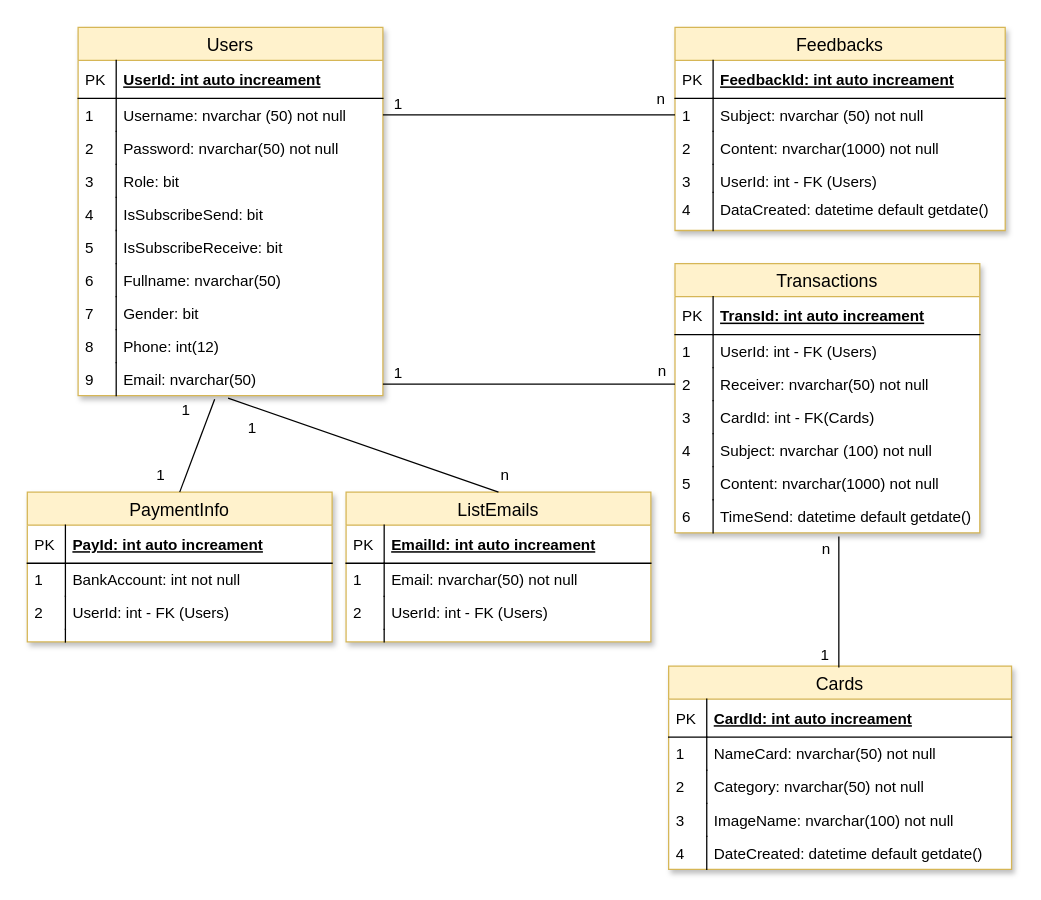
Earlier version of the draw.io diagram page "Database Structure" (5 of 8) of e-Greeting.drawio (duyphuong403/E-Greeting). Source tidied: cells renumbered, new cells numbered last; positions are measured from the earlier drawing's top-left corner, leaving out a move shared by most shapes. Both pictures are drawn from the tidied source at 127%, with x=0, y=0 at pixel (27, 27).
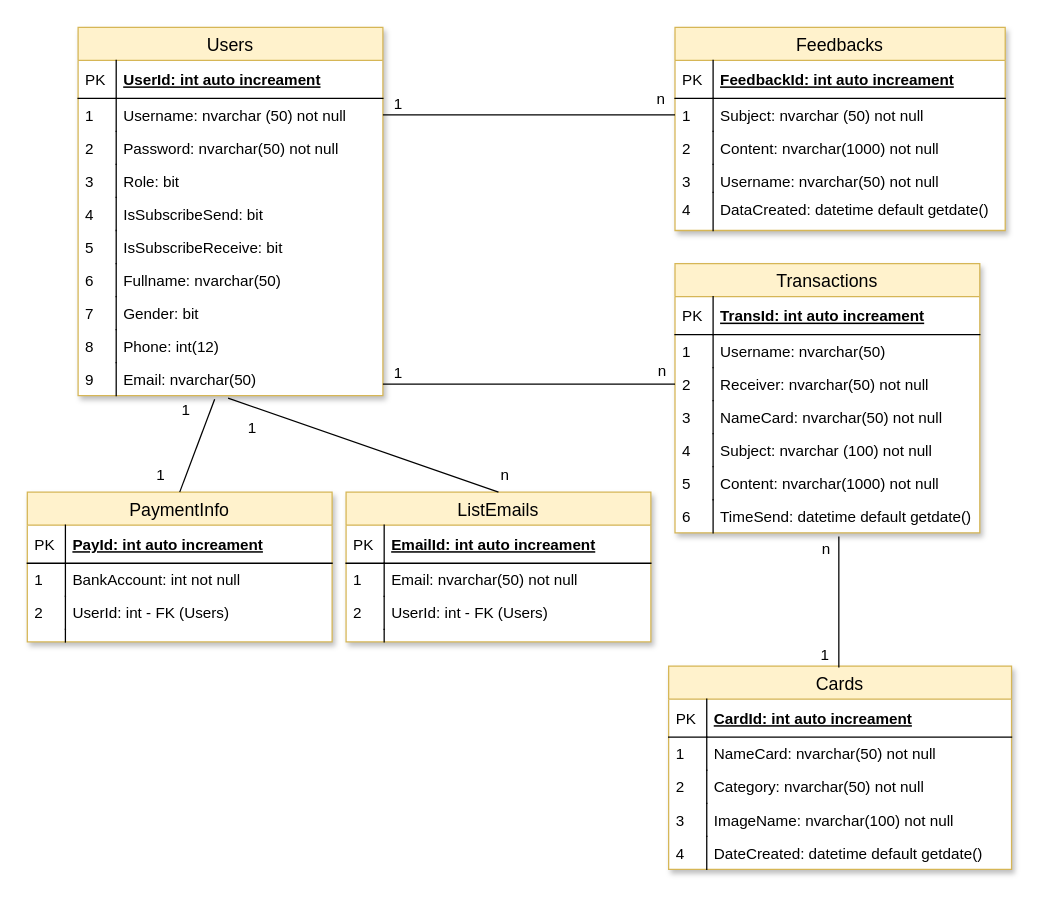
The same diagram, later.

The change refers to these unchanged cells:
```xml
<mxCell id="25" value="Feedbacks" style="swimlane;fontStyle=0;horizontal=1;startSize=26;fillColor=#fff2cc;swimlaneFillColor=#ffffff;align=center;fontSize=14;shadow=1;strokeColor=#d6b656;" parent="1" vertex="1">
  <mxGeometry x="510" width="260" height="160" as="geometry" />
</mxCell>
<mxCell id="38" value="Transactions" style="swimlane;fontStyle=0;horizontal=1;startSize=26;fillColor=#fff2cc;swimlaneFillColor=#ffffff;align=center;fontSize=14;shadow=1;strokeColor=#d6b656;" parent="1" vertex="1">
  <mxGeometry x="510" y="186" width="240" height="212" as="geometry" />
</mxCell>
```

Diff of the diagram source:
```diff
@@
-    <mxCell id="32" value="UserId: int - FK (Users)" style="shape=partialRectangle;top=0;left=0;right=0;bottom=0;align=left;verticalAlign=top;fillColor=none;spacingLeft=34;spacingRight=4;overflow=hidden;fontSize=12;" parent="25" vertex="1">
+    <mxCell id="32" value="Username: nvarchar(50) not null" style="shape=partialRectangle;top=0;left=0;right=0;bottom=0;align=left;verticalAlign=top;fillColor=none;spacingLeft=34;spacingRight=4;overflow=hidden;fontSize=12;" parent="25" vertex="1">
       <mxGeometry y="108" width="260" height="22" as="geometry" />
     </mxCell>
@@
-    <mxCell id="41" value="UserId: int - FK (Users)" style="shape=partialRectangle;top=0;left=0;right=0;bottom=0;align=left;verticalAlign=top;fillColor=none;spacingLeft=34;spacingRight=4;overflow=hidden;fontSize=12;" parent="38" vertex="1">
+    <mxCell id="41" value="Username: nvarchar(50)" style="shape=partialRectangle;top=0;left=0;right=0;bottom=0;align=left;verticalAlign=top;fillColor=none;spacingLeft=34;spacingRight=4;overflow=hidden;fontSize=12;" parent="38" vertex="1">
       <mxGeometry y="56" width="240" height="26" as="geometry" />
     </mxCell>
@@
-    <mxCell id="45" value="CardId: int - FK(Cards)" style="shape=partialRectangle;top=0;left=0;right=0;bottom=0;align=left;verticalAlign=top;fillColor=none;spacingLeft=34;spacingRight=4;overflow=hidden;fontSize=12;" parent="38" vertex="1">
+    <mxCell id="45" value="NameCard: nvarchar(50) not null" style="shape=partialRectangle;top=0;left=0;right=0;bottom=0;align=left;verticalAlign=top;fillColor=none;spacingLeft=34;spacingRight=4;overflow=hidden;fontSize=12;" parent="38" vertex="1">
       <mxGeometry y="108" width="240" height="26" as="geometry" />
     </mxCell>
```
